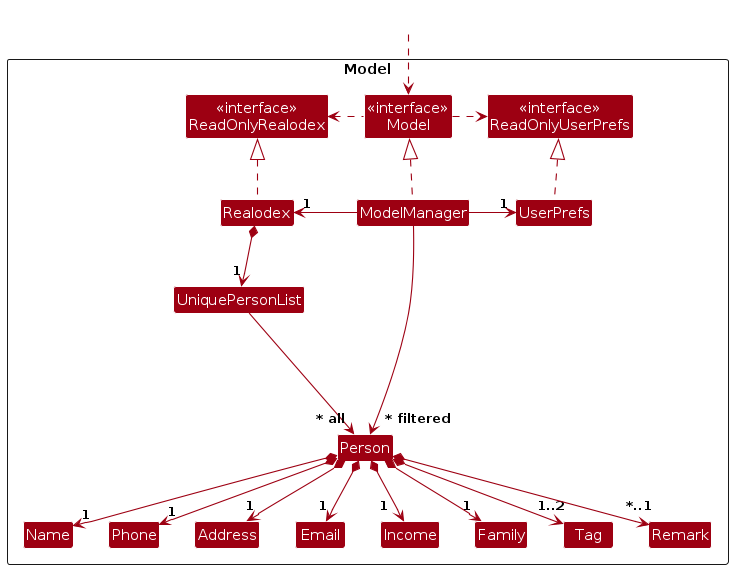
This is diagrams/ModelClassDiagram.png from AY2324S2-CS2103T-W10-1/tp, a PlantUML export, as it was before one commit. Its source is kept beside it as diagrams/ModelClassDiagram.puml. Source of this version:
```plantuml
@startuml
!include style.puml
skinparam arrowThickness 1.1
skinparam arrowColor MODEL_COLOR
skinparam classBackgroundColor MODEL_COLOR

Package Model as ModelPackage <<Rectangle>>{
Class "<<interface>>\nReadOnlyRealodex" as ReadOnlyRealodex
Class "<<interface>>\nReadOnlyUserPrefs" as ReadOnlyUserPrefs
Class "<<interface>>\nModel" as Model
Class Realodex
Class ModelManager
Class UserPrefs

Class UniquePersonList
Class Person
Class Address
Class Income
Class Email
Class Name
Class Phone
Class Family
Class Tag
Class Remark

Class I #FFFFFF
}

Class HiddenOutside #FFFFFF
HiddenOutside ..> Model

Realodex .up.|> ReadOnlyRealodex

ModelManager .up.|> Model
Model .right.> ReadOnlyUserPrefs
Model .left.> ReadOnlyRealodex
ModelManager -left-> "1" Realodex
ModelManager -right-> "1" UserPrefs
UserPrefs .up.|> ReadOnlyUserPrefs

Realodex *--> "1" UniquePersonList
UniquePersonList --> "~* all" Person
Person *--> "1" Name
Person *--> "1" Phone
Person *--> "            1" Income
Person *--> "1" Email
Person *--> "1" Address
Person *--> "1" Family
Person *--> "  1..2" Tag
Person *--> "   *..1" Remark

Person -[hidden]up--> I
UniquePersonList -[hidden]right-> I

Name -[hidden]right-> Phone
Phone -[hidden]right-> Address
Address -[hidden]right-> Email

ModelManager --> "~* filtered" Person
@enduml
```
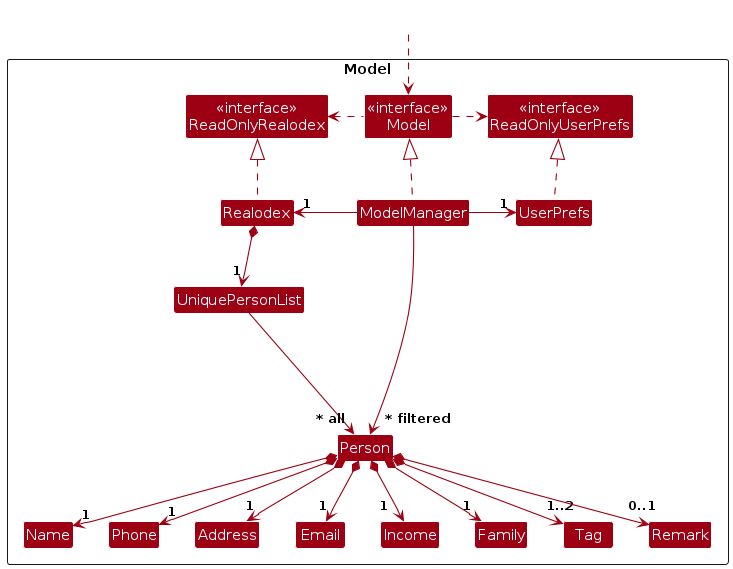
After the commit.

Change to the diagram source:
```diff
@@ -46,8 +46,8 @@
 Person *--> "1" Email
 Person *--> "1" Address
 Person *--> "1" Family
-Person *--> "  1..2" Tag
-Person *--> "   *..1" Remark
+Person *--> "   1..2" Tag
+Person *--> "   0..1" Remark
 
 Person -[hidden]up--> I
 UniquePersonList -[hidden]right-> I
```
